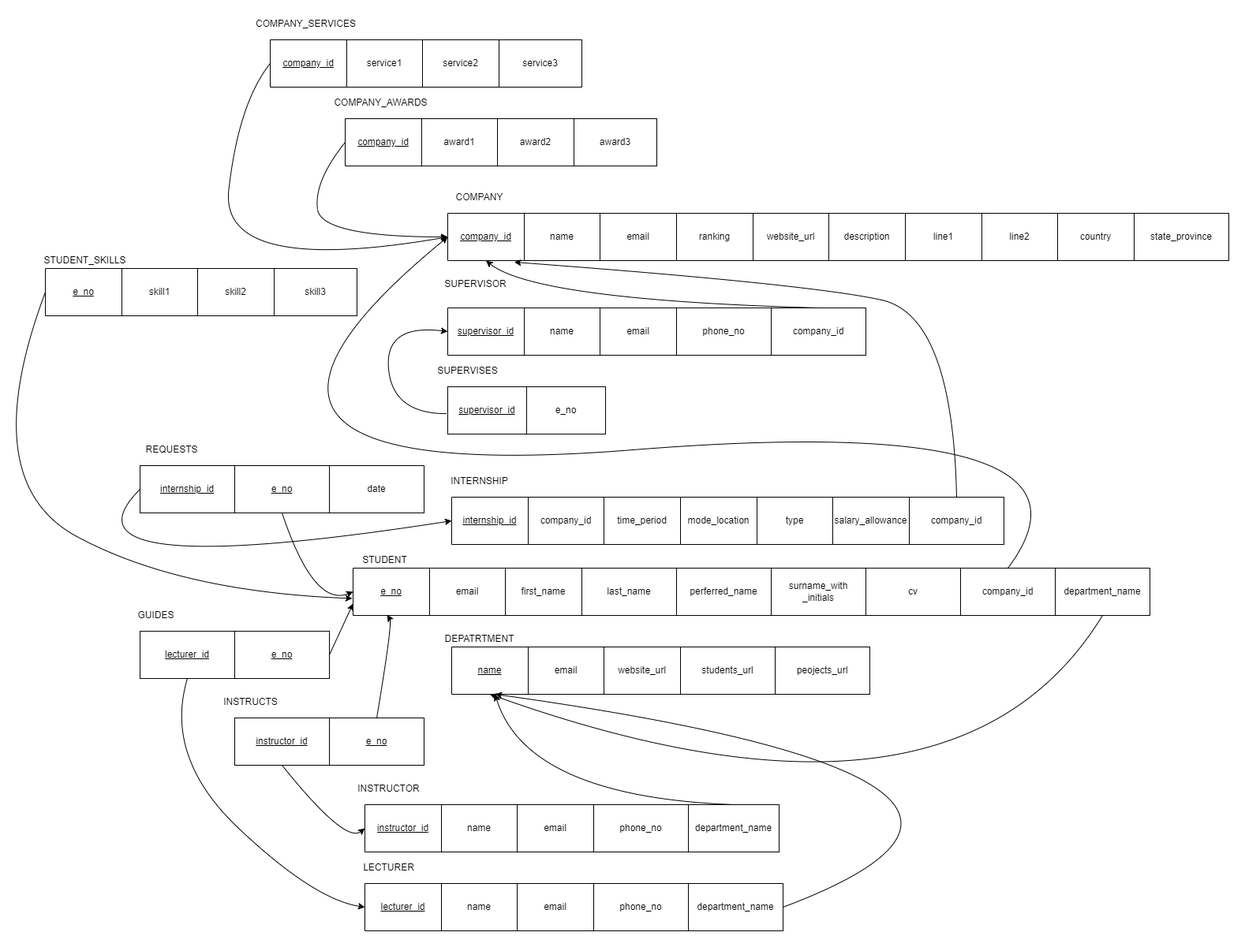
Earlier version of the draw.io export ER Diagram/Relational_schema_diagram.png (ishanfdo18098/CO226-Database-Project). Source tidied: cells renumbered, new cells last; positions are measured from the earlier drawing's top-left corner, leaving out a move shared by most shapes.
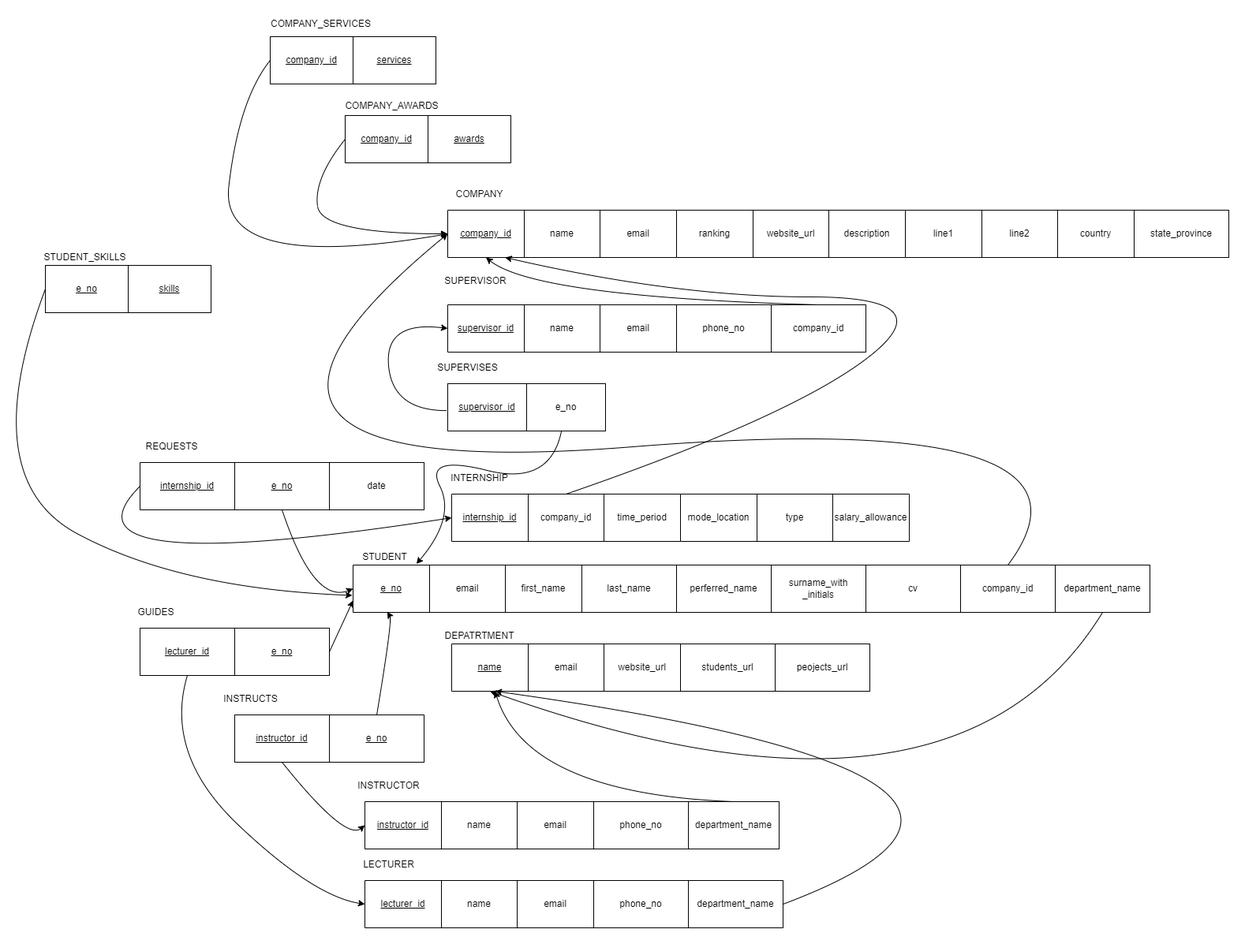
The same diagram one commit later.

What changed in the source:
```diff
@@ -213,17 +213,6 @@
         </Array>
       </mxGeometry>
     </mxCell>
-    <mxCell id="71" value="company_id" style="rounded=0;whiteSpace=wrap;html=1;" parent="1" vertex="1">
-      <mxGeometry x="1185" y="610" width="120" height="60" as="geometry" />
-    </mxCell>
-    <mxCell id="72" style="curved=1;endArrow=classic;html=1;rounded=0;exitX=0.5;exitY=0;exitDx=0;exitDy=0;entryX=0.869;entryY=1.033;entryDx=0;entryDy=0;entryPerimeter=0;" parent="1" edge="1" source="71" target="4">
-      <mxGeometry relative="1" as="geometry">
-        <Array as="points">
-          <mxPoint x="1240" y="380" />
-          <mxPoint x="1060" y="340" />
-        </Array>
-      </mxGeometry>
-    </mxCell>
     <mxCell id="73" value="SUPERVISES" style="text;html=1;align=center;verticalAlign=middle;strokeColor=none;fillColor=none;" parent="1" vertex="1">
       <mxGeometry x="580" y="440" width="90" height="20" as="geometry" />
     </mxCell>
@@ -355,28 +344,11 @@
       </mxGeometry>
     </mxCell>
     <mxCell id="101" value="COMPANY_AWARDS" style="text;html=1;align=center;verticalAlign=middle;strokeColor=none;fillColor=none;" parent="1" vertex="1">
-      <mxGeometry x="450" y="100" width="130" height="20" as="geometry" />
+      <mxGeometry x="464" y="108" width="130" height="20" as="geometry" />
     </mxCell>
-    <mxCell id="102" style="shape=table;html=1;whiteSpace=wrap;startSize=0;" parent="1" vertex="1">
-      <mxGeometry x="470" y="130" width="290" height="60" as="geometry" />
-    </mxCell>
-    <mxCell id="103" style="shape=tableRow;horizontal=0;startSize=0;swimlaneHead=0;swimlaneBody=0;top=0;left=0;bottom=0;right=0;fillColor=none;" parent="102" vertex="1">
-      <mxGeometry width="290" height="60" as="geometry" />
-    </mxCell>
-    <mxCell id="104" value="&lt;u&gt;company_id&lt;/u&gt;" style="shape=partialRectangle;html=1;whiteSpace=wrap;fillColor=none;top=0;left=0;bottom=0;right=0;overflow=hidden;" parent="103" vertex="1">
-      <mxGeometry width="97" height="60" as="geometry" />
-    </mxCell>
-    <mxCell id="105" value="award1" style="shape=partialRectangle;html=1;whiteSpace=wrap;fillColor=none;top=0;left=0;bottom=0;right=0;overflow=hidden;" parent="103" vertex="1">
-      <mxGeometry x="97" width="96" height="60" as="geometry" />
-    </mxCell>
-    <mxCell id="106" value="award2" style="shape=partialRectangle;html=1;whiteSpace=wrap;fillColor=none;top=0;left=0;bottom=0;right=0;overflow=hidden;" parent="103" vertex="1">
-      <mxGeometry x="193" width="97" height="60" as="geometry" />
-    </mxCell>
-    <mxCell id="107" value="award3" style="rounded=0;whiteSpace=wrap;html=1;" parent="1" vertex="1">
-      <mxGeometry x="760" y="130" width="105" height="60" as="geometry" />
-    </mxCell>
-    <mxCell id="108" style="curved=1;endArrow=classic;html=1;rounded=0;exitX=0;exitY=0.5;exitDx=0;exitDy=0;entryX=0;entryY=0.5;entryDx=0;entryDy=0;" parent="1" edge="1" source="104" target="2">
+    <mxCell id="108" style="curved=1;endArrow=classic;html=1;rounded=0;exitX=0;exitY=0.5;exitDx=0;exitDy=0;entryX=0;entryY=0.5;entryDx=0;entryDy=0;" parent="1" edge="1" target="2">
       <mxGeometry relative="1" as="geometry">
+        <mxPoint x="470" y="160" as="sourcePoint" />
         <Array as="points">
           <mxPoint x="430" y="210" />
           <mxPoint x="440" y="280" />
@@ -384,26 +356,8 @@
       </mxGeometry>
     </mxCell>
     <mxCell id="109" value="COMPANY_SERVICES" style="text;html=1;align=center;verticalAlign=middle;strokeColor=none;fillColor=none;" parent="1" vertex="1">
-      <mxGeometry x="350" width="140" height="20" as="geometry" />
+      <mxGeometry x="369" y="4" width="140" height="20" as="geometry" />
     </mxCell>
-    <mxCell id="110" style="shape=table;html=1;whiteSpace=wrap;startSize=0;" parent="1" vertex="1">
-      <mxGeometry x="375" y="30" width="290" height="60" as="geometry" />
-    </mxCell>
-    <mxCell id="111" style="shape=tableRow;horizontal=0;startSize=0;swimlaneHead=0;swimlaneBody=0;top=0;left=0;bottom=0;right=0;fillColor=none;" parent="110" vertex="1">
-      <mxGeometry width="290" height="60" as="geometry" />
-    </mxCell>
-    <mxCell id="112" value="&lt;u&gt;company_id&lt;/u&gt;" style="shape=partialRectangle;html=1;whiteSpace=wrap;fillColor=none;top=0;left=0;bottom=0;right=0;overflow=hidden;" parent="111" vertex="1">
-      <mxGeometry width="97" height="60" as="geometry" />
-    </mxCell>
-    <mxCell id="113" value="service1" style="shape=partialRectangle;html=1;whiteSpace=wrap;fillColor=none;top=0;left=0;bottom=0;right=0;overflow=hidden;" parent="111" vertex="1">
-      <mxGeometry x="97" width="96" height="60" as="geometry" />
-    </mxCell>
-    <mxCell id="114" value="service2" style="shape=partialRectangle;html=1;whiteSpace=wrap;fillColor=none;top=0;left=0;bottom=0;right=0;overflow=hidden;" parent="111" vertex="1">
-      <mxGeometry x="193" width="97" height="60" as="geometry" />
-    </mxCell>
-    <mxCell id="115" value="service3" style="rounded=0;whiteSpace=wrap;html=1;" parent="1" vertex="1">
-      <mxGeometry x="665" y="30" width="105" height="60" as="geometry" />
-    </mxCell>
     <mxCell id="116" style="curved=1;endArrow=classic;html=1;rounded=0;exitX=0;exitY=0.5;exitDx=0;exitDy=0;" parent="1" edge="1">
       <mxGeometry relative="1" as="geometry">
         <mxPoint x="375" y="60" as="sourcePoint" />
@@ -417,31 +371,59 @@
     <mxCell id="117" value="STUDENT_SKILLS" style="text;html=1;align=center;verticalAlign=middle;strokeColor=none;fillColor=none;" parent="1" vertex="1">
       <mxGeometry x="80" y="300" width="120" height="20" as="geometry" />
     </mxCell>
-    <mxCell id="118" style="shape=table;html=1;whiteSpace=wrap;startSize=0;" parent="1" vertex="1">
-      <mxGeometry x="90" y="320" width="290" height="60" as="geometry" />
-    </mxCell>
-    <mxCell id="119" style="shape=tableRow;horizontal=0;startSize=0;swimlaneHead=0;swimlaneBody=0;top=0;left=0;bottom=0;right=0;fillColor=none;" parent="118" vertex="1">
-      <mxGeometry width="290" height="60" as="geometry" />
-    </mxCell>
+    <mxCell id="124" style="curved=1;endArrow=classic;html=1;rounded=0;exitX=0;exitY=0.5;exitDx=0;exitDy=0;entryX=-0.011;entryY=0.641;entryDx=0;entryDy=0;entryPerimeter=0;" parent="1" edge="1" target="41">
+      <mxGeometry relative="1" as="geometry">
+        <mxPoint x="90" y="350" as="sourcePoint" />
+        <Array as="points">
+          <mxPoint y="590" />
+          <mxPoint x="260" y="730" />
+        </Array>
+      </mxGeometry>
+    </mxCell>
+    <mxCell id="125" style="group;" parent="1" vertex="1">
+      <mxGeometry x="375" y="30" width="210" height="60" as="geometry" />
+    </mxCell>
+    <mxCell id="115" value="&lt;u&gt;company_id&lt;/u&gt;" style="rounded=0;whiteSpace=wrap;html=1;" parent="125" vertex="1">
+      <mxGeometry width="105" height="60" as="geometry" />
+    </mxCell>
+    <mxCell id="126" value="&lt;u&gt;services&lt;/u&gt;" style="rounded=0;whiteSpace=wrap;html=1;" parent="125" vertex="1">
+      <mxGeometry x="105" width="105" height="60" as="geometry" />
+    </mxCell>
+    <mxCell id="127" style="group;" parent="1" vertex="1">
+      <mxGeometry x="470" y="130" width="210" height="60" as="geometry" />
+    </mxCell>
+    <mxCell id="128" value="&lt;u&gt;company_id&lt;/u&gt;" style="rounded=0;whiteSpace=wrap;html=1;" parent="127" vertex="1">
+      <mxGeometry width="105" height="60" as="geometry" />
+    </mxCell>
+    <mxCell id="129" value="&lt;u&gt;awards&lt;/u&gt;" style="rounded=0;whiteSpace=wrap;html=1;" parent="127" vertex="1">
+      <mxGeometry x="105" width="105" height="60" as="geometry" />
+    </mxCell>
+    <mxCell id="130" style="group;" parent="1" vertex="1">
+      <mxGeometry x="90" y="320" width="210" height="60" as="geometry" />
+    </mxCell>
-    <mxCell id="120" value="&lt;u&gt;e_no&lt;/u&gt;" style="shape=partialRectangle;html=1;whiteSpace=wrap;fillColor=none;top=0;left=0;bottom=0;right=0;overflow=hidden;" parent="119" vertex="1">
-      <mxGeometry width="97" height="60" as="geometry" />
+    <mxCell id="120" value="&lt;u&gt;e_no&lt;/u&gt;" style="rounded=0;whiteSpace=wrap;html=1;" parent="130" vertex="1">
+      <mxGeometry width="105" height="60" as="geometry" />
     </mxCell>
-    <mxCell id="121" value="skill1" style="shape=partialRectangle;html=1;whiteSpace=wrap;fillColor=none;top=0;left=0;bottom=0;right=0;overflow=hidden;" parent="119" vertex="1">
-      <mxGeometry x="97" width="96" height="60" as="geometry" />
-    </mxCell>
-    <mxCell id="122" value="skill2" style="shape=partialRectangle;html=1;whiteSpace=wrap;fillColor=none;top=0;left=0;bottom=0;right=0;overflow=hidden;" parent="119" vertex="1">
-      <mxGeometry x="193" width="97" height="60" as="geometry" />
-    </mxCell>
-    <mxCell id="123" value="skill3" style="rounded=0;whiteSpace=wrap;html=1;" parent="1" vertex="1">
-      <mxGeometry x="380" y="320" width="105" height="60" as="geometry" />
-    </mxCell>
-    <mxCell id="124" style="curved=1;endArrow=classic;html=1;rounded=0;exitX=0;exitY=0.5;exitDx=0;exitDy=0;entryX=-0.011;entryY=0.641;entryDx=0;entryDy=0;entryPerimeter=0;" parent="1" edge="1" source="120" target="41">
-      <mxGeometry relative="1" as="geometry">
-        <Array as="points">
-          <mxPoint y="590" />
-          <mxPoint x="260" y="730" />
-        </Array>
-      </mxGeometry>
-    </mxCell>
+    <mxCell id="131" value="&lt;u&gt;skills&lt;/u&gt;" style="rounded=0;whiteSpace=wrap;html=1;" parent="130" vertex="1">
+      <mxGeometry x="105" width="105" height="60" as="geometry" />
+    </mxCell>
+    <mxCell id="132" style="curved=1;endArrow=classic;html=1;rounded=0;exitX=0.442;exitY=0.994;exitDx=0;exitDy=0;exitPerimeter=0;entryX=0.828;entryY=-0.024;entryDx=0;entryDy=0;entryPerimeter=0;" parent="1" edge="1" source="75" target="41">
+      <mxGeometry relative="1" as="geometry">
+        <Array as="points">
+          <mxPoint x="730" y="600" />
+          <mxPoint x="570" y="560" />
+          <mxPoint x="610" y="640" />
+        </Array>
+      </mxGeometry>
+    </mxCell>
+    <mxCell id="133" style="curved=1;endArrow=classic;html=1;rounded=0;exitX=0.5;exitY=0;exitDx=0;exitDy=0;entryX=0.75;entryY=1;entryDx=0;entryDy=0;" parent="1" edge="1" source="31" target="4">
+      <mxGeometry relative="1" as="geometry">
+        <Array as="points">
+          <mxPoint x="1040" y="510" />
+          <mxPoint x="1230" y="360" />
+          <mxPoint x="890" y="360" />
+        </Array>
+      </mxGeometry>
+    </mxCell>
   </root>
 </mxGraphModel>
```
